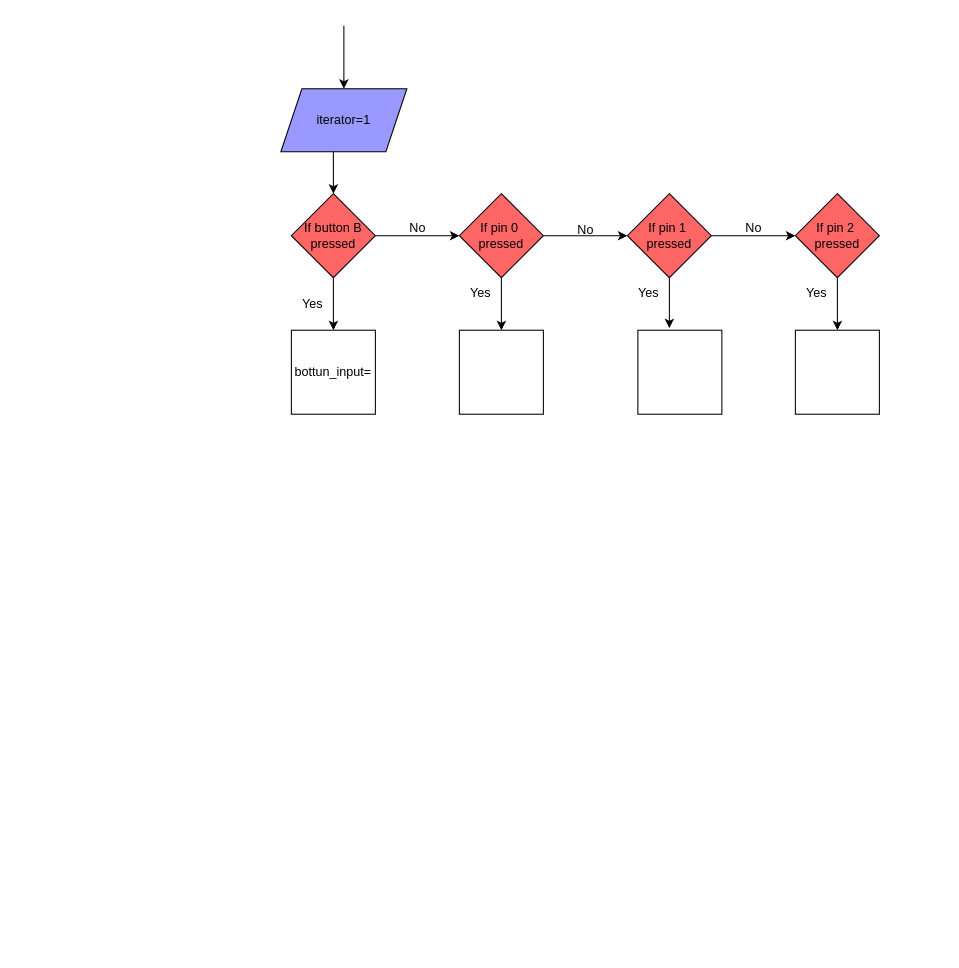
Earlier version of the draw.io diagram Untitled Diagram.drawio (mcchri/PROJECTLC2024COMPSCI). Source tidied: cells renumbered, new cells numbered last; positions are measured from the earlier drawing's top-left corner, leaving out a move shared by most shapes. Both pictures are drawn from the tidied source at 105%, with x=0, y=0 at pixel (280, 25).
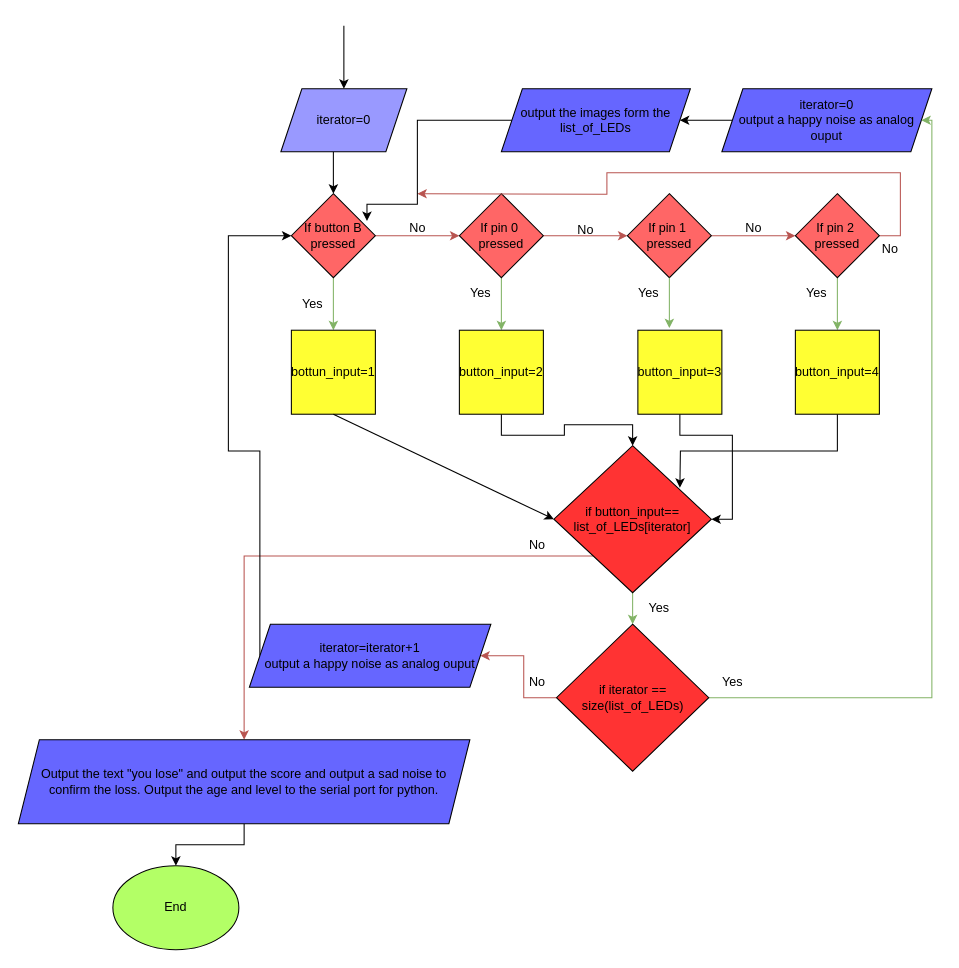
After the change.

The change refers to these unchanged cells:
```xml
<mxCell id="4" value="If button B pressed" style="rhombus;whiteSpace=wrap;html=1;fillColor=#FF6666;" parent="1" vertex="1">
  <mxGeometry x="10" y="160" width="80" height="80" as="geometry" />
</mxCell>
<mxCell id="8" value="If pin 0&amp;nbsp; pressed" style="rhombus;whiteSpace=wrap;html=1;fillColor=#FF6666;" parent="1" vertex="1">
  <mxGeometry x="170" y="160" width="80" height="80" as="geometry" />
</mxCell>
<mxCell id="10" value="If pin 1&amp;nbsp; pressed" style="rhombus;whiteSpace=wrap;html=1;fillColor=#FF6666;" parent="1" vertex="1">
  <mxGeometry x="330" y="160" width="80" height="80" as="geometry" />
</mxCell>
<mxCell id="12" value="If pin 2&amp;nbsp; pressed" style="rhombus;whiteSpace=wrap;html=1;fillColor=#FF6666;" parent="1" vertex="1">
  <mxGeometry x="490" y="160" width="80" height="80" as="geometry" />
</mxCell>
```

Change to the diagram source:
```diff
@@
-    <mxCell id="2" style="edgeStyle=orthogonalEdgeStyle;rounded=0;jettySize=auto;html=1;" parent="1" edge="1" source="4" target="8">
+    <mxCell id="2" style="edgeStyle=orthogonalEdgeStyle;rounded=0;jettySize=auto;html=1;fillColor=#f8cecc;strokeColor=#b85450;" parent="1" edge="1" source="4" target="8">
       <mxGeometry relative="1" as="geometry">
         <Array as="points">
           <mxPoint x="140" y="200" />
           <mxPoint x="140" y="200" />
         </Array>
       </mxGeometry>
     </mxCell>
-    <mxCell id="3" style="edgeStyle=orthogonalEdgeStyle;rounded=0;jettySize=auto;html=1;exitX=0.5;exitY=1;exitDx=0;exitDy=0;" parent="1" edge="1" source="4">
+    <mxCell id="3" style="edgeStyle=orthogonalEdgeStyle;rounded=0;jettySize=auto;html=1;exitX=0.5;exitY=1;exitDx=0;exitDy=0;fillColor=#d5e8d4;strokeColor=#82b366;" parent="1" edge="1" source="4">
       <mxGeometry relative="1" as="geometry">
         <mxPoint x="50" y="290" as="targetPoint" />
       </mxGeometry>
     </mxCell>
@@
-    <mxCell id="6" style="edgeStyle=orthogonalEdgeStyle;rounded=0;jettySize=auto;html=1;" parent="1" edge="1" source="8" target="10">
+    <mxCell id="6" style="edgeStyle=orthogonalEdgeStyle;rounded=0;jettySize=auto;html=1;fillColor=#f8cecc;strokeColor=#b85450;" parent="1" edge="1" source="8" target="10">
       <mxGeometry relative="1" as="geometry" />
     </mxCell>
-    <mxCell id="7" style="edgeStyle=orthogonalEdgeStyle;rounded=0;jettySize=auto;html=1;exitX=0.5;exitY=1;exitDx=0;exitDy=0;entryX=0.5;entryY=0;entryDx=0;entryDy=0;" parent="1" edge="1" source="8" target="23">
+    <mxCell id="7" style="edgeStyle=orthogonalEdgeStyle;rounded=0;jettySize=auto;html=1;exitX=0.5;exitY=1;exitDx=0;exitDy=0;entryX=0.5;entryY=0;entryDx=0;entryDy=0;fillColor=#d5e8d4;strokeColor=#82b366;" parent="1" edge="1" source="8" target="23">
       <mxGeometry relative="1" as="geometry" />
     </mxCell>
@@
-    <mxCell id="9" style="edgeStyle=orthogonalEdgeStyle;rounded=0;jettySize=auto;html=1;" parent="1" edge="1" source="10" target="12">
+    <mxCell id="9" style="edgeStyle=orthogonalEdgeStyle;rounded=0;jettySize=auto;html=1;fillColor=#f8cecc;strokeColor=#b85450;" parent="1" edge="1" source="10" target="12">
       <mxGeometry relative="1" as="geometry" />
     </mxCell>
@@
-    <mxCell id="11" style="edgeStyle=orthogonalEdgeStyle;rounded=0;jettySize=auto;html=1;exitX=0.5;exitY=1;exitDx=0;exitDy=0;entryX=0.5;entryY=0;entryDx=0;entryDy=0;" parent="1" edge="1" source="12" target="25">
+    <mxCell id="11" style="edgeStyle=orthogonalEdgeStyle;rounded=0;jettySize=auto;html=1;exitX=0.5;exitY=1;exitDx=0;exitDy=0;entryX=0.5;entryY=0;entryDx=0;entryDy=0;fillColor=#d5e8d4;strokeColor=#82b366;" parent="1" edge="1" source="12" target="25">
       <mxGeometry relative="1" as="geometry" />
     </mxCell>
+    <mxCell id="27" style="edgeStyle=orthogonalEdgeStyle;rounded=0;jettySize=auto;html=1;exitX=1;exitY=0.5;exitDx=0;exitDy=0;fillColor=#f8cecc;strokeColor=#b85450;" parent="1" edge="1" source="12">
+      <mxGeometry relative="1" as="geometry">
+        <mxPoint x="130" y="160" as="targetPoint" />
+      </mxGeometry>
+    </mxCell>
@@
-    <mxCell id="16" value="iterator=1" style="shape=parallelogram;perimeter=parallelogramPerimeter;whiteSpace=wrap;html=1;fixedSize=1;fillColor=#9999FF;" parent="1" vertex="1">
+    <mxCell id="16" value="iterator=0" style="shape=parallelogram;perimeter=parallelogramPerimeter;whiteSpace=wrap;html=1;fixedSize=1;fillColor=#9999FF;" parent="1" vertex="1">
       <mxGeometry y="60" width="120" height="60" as="geometry" />
     </mxCell>
@@
-    <mxCell id="22" value="bottun_input=" style="whiteSpace=wrap;html=1;" parent="1" vertex="1">
+    <mxCell id="22" value="bottun_input=1" style="whiteSpace=wrap;html=1;fillColor=#FFFF33;" parent="1" vertex="1">
       <mxGeometry x="10" y="290" width="80" height="80" as="geometry" />
     </mxCell>
+    <mxCell id="28" style="edgeStyle=orthogonalEdgeStyle;rounded=0;jettySize=auto;html=1;exitX=0.5;exitY=1;exitDx=0;exitDy=0;entryX=0.5;entryY=0;entryDx=0;entryDy=0;" parent="1" edge="1" source="23" target="33">
+      <mxGeometry relative="1" as="geometry" />
+    </mxCell>
-    <mxCell id="23" style="whiteSpace=wrap;html=1;" parent="1" vertex="1">
+    <mxCell id="23" value="button_input=2" style="whiteSpace=wrap;html=1;fillColor=#FFFF33;" parent="1" vertex="1">
       <mxGeometry x="170" y="290" width="80" height="80" as="geometry" />
     </mxCell>
+    <mxCell id="29" style="edgeStyle=orthogonalEdgeStyle;rounded=0;jettySize=auto;html=1;exitX=0.5;exitY=1;exitDx=0;exitDy=0;entryX=1;entryY=0.5;entryDx=0;entryDy=0;" parent="1" edge="1" source="24" target="33">
+      <mxGeometry relative="1" as="geometry" />
+    </mxCell>
-    <mxCell id="24" style="whiteSpace=wrap;html=1;" parent="1" vertex="1">
+    <mxCell id="24" value="button_input=3" style="whiteSpace=wrap;html=1;fillColor=#FFFF33;" parent="1" vertex="1">
       <mxGeometry x="340" y="290" width="80" height="80" as="geometry" />
     </mxCell>
+    <mxCell id="30" style="edgeStyle=orthogonalEdgeStyle;rounded=0;jettySize=auto;html=1;exitX=0.5;exitY=1;exitDx=0;exitDy=0;" parent="1" edge="1" source="25">
+      <mxGeometry relative="1" as="geometry">
+        <mxPoint x="380" y="440" as="targetPoint" />
+      </mxGeometry>
+    </mxCell>
-    <mxCell id="25" style="whiteSpace=wrap;html=1;" parent="1" vertex="1">
+    <mxCell id="25" value="button_input=4" style="whiteSpace=wrap;html=1;fillColor=#FFFF33;" parent="1" vertex="1">
       <mxGeometry x="490" y="290" width="80" height="80" as="geometry" />
     </mxCell>
-    <mxCell id="26" style="edgeStyle=orthogonalEdgeStyle;rounded=0;jettySize=auto;html=1;exitX=0.5;exitY=1;exitDx=0;exitDy=0;entryX=0.375;entryY=-0.025;entryDx=0;entryDy=0;entryPerimeter=0;" parent="1" edge="1" source="10" target="24">
+    <mxCell id="26" style="edgeStyle=orthogonalEdgeStyle;rounded=0;jettySize=auto;html=1;exitX=0.5;exitY=1;exitDx=0;exitDy=0;entryX=0.375;entryY=-0.025;entryDx=0;entryDy=0;entryPerimeter=0;fillColor=#d5e8d4;strokeColor=#82b366;" parent="1" edge="1" source="10" target="24">
       <mxGeometry relative="1" as="geometry" />
     </mxCell>
+    <mxCell id="31" style="edgeStyle=orthogonalEdgeStyle;rounded=0;jettySize=auto;html=1;exitX=0.5;exitY=1;exitDx=0;exitDy=0;entryX=0.5;entryY=0;entryDx=0;entryDy=0;fillColor=#d5e8d4;strokeColor=#82b366;" parent="1" edge="1" source="33" target="39">
+      <mxGeometry relative="1" as="geometry" />
+    </mxCell>
+    <mxCell id="32" style="edgeStyle=orthogonalEdgeStyle;rounded=0;jettySize=auto;html=1;exitX=0;exitY=1;exitDx=0;exitDy=0;entryX=0.5;entryY=0;entryDx=0;entryDy=0;fillColor=#f8cecc;strokeColor=#b85450;" parent="1" edge="1" source="33" target="48">
+      <mxGeometry relative="1" as="geometry" />
+    </mxCell>
+    <mxCell id="33" value="if button_input==&lt;br&gt;list_of_LEDs[iterator]" style="rhombus;whiteSpace=wrap;html=1;fillColor=#FF3333;" parent="1" vertex="1">
+      <mxGeometry x="260" y="400" width="150" height="140" as="geometry" />
+    </mxCell>
+    <mxCell id="34" style="endArrow=classic;html=1;rounded=0;exitX=0.5;exitY=1;exitDx=0;exitDy=0;entryX=0;entryY=0.5;entryDx=0;entryDy=0;" parent="1" edge="1" source="22" target="33">
+      <mxGeometry relative="1" as="geometry" />
+    </mxCell>
+    <mxCell id="35" style="edgeStyle=orthogonalEdgeStyle;rounded=0;jettySize=auto;html=1;exitX=0;exitY=0.5;exitDx=0;exitDy=0;entryX=1;entryY=0.5;entryDx=0;entryDy=0;" parent="1" edge="1" source="36" target="41">
+      <mxGeometry relative="1" as="geometry" />
+    </mxCell>
+    <mxCell id="36" value="iterator=0&lt;br&gt;output a happy noise as analog ouput" style="shape=parallelogram;perimeter=parallelogramPerimeter;whiteSpace=wrap;html=1;fixedSize=1;fillColor=#6666FF;" parent="1" vertex="1">
+      <mxGeometry x="420" y="60" width="200" height="60" as="geometry" />
+    </mxCell>
+    <mxCell id="37" style="edgeStyle=orthogonalEdgeStyle;rounded=0;jettySize=auto;html=1;exitX=1;exitY=0.5;exitDx=0;exitDy=0;entryX=1;entryY=0.5;entryDx=0;entryDy=0;fillColor=#d5e8d4;strokeColor=#82b366;" parent="1" edge="1" source="39" target="36">
+      <mxGeometry relative="1" as="geometry">
+        <Array as="points">
+          <mxPoint x="620" y="640" />
+          <mxPoint x="620" y="90" />
+        </Array>
+      </mxGeometry>
+    </mxCell>
+    <mxCell id="38" style="edgeStyle=orthogonalEdgeStyle;rounded=0;jettySize=auto;html=1;exitX=0;exitY=0.5;exitDx=0;exitDy=0;entryX=1;entryY=0.5;entryDx=0;entryDy=0;fillColor=#f8cecc;strokeColor=#b85450;" parent="1" edge="1" source="39" target="44">
+      <mxGeometry relative="1" as="geometry" />
+    </mxCell>
+    <mxCell id="39" value="if iterator == size(list_of_LEDs)" style="rhombus;whiteSpace=wrap;html=1;fillColor=#FF3333;" parent="1" vertex="1">
+      <mxGeometry x="262.5" y="570" width="145" height="140" as="geometry" />
+    </mxCell>
+    <mxCell id="40" value="Yes" style="text;html=1;align=center;verticalAlign=middle;strokeColor=none;fillColor=none;" parent="1" vertex="1">
+      <mxGeometry x="340" y="540" width="40" height="30" as="geometry" />
+    </mxCell>
+    <mxCell id="41" value="output the images form the list_of_LEDs" style="shape=parallelogram;perimeter=parallelogramPerimeter;whiteSpace=wrap;html=1;fixedSize=1;fillColor=#6666FF;" parent="1" vertex="1">
+      <mxGeometry x="210" y="60" width="180" height="60" as="geometry" />
+    </mxCell>
+    <mxCell id="42" style="edgeStyle=orthogonalEdgeStyle;rounded=0;jettySize=auto;html=1;exitX=0;exitY=0.5;exitDx=0;exitDy=0;entryX=0.9;entryY=0.325;entryDx=0;entryDy=0;entryPerimeter=0;" parent="1" edge="1" source="41" target="4">
+      <mxGeometry relative="1" as="geometry">
+        <Array as="points">
+          <mxPoint x="130" y="90" />
+          <mxPoint x="130" y="170" />
+          <mxPoint x="82" y="170" />
+        </Array>
+      </mxGeometry>
+    </mxCell>
+    <mxCell id="43" style="edgeStyle=orthogonalEdgeStyle;rounded=0;jettySize=auto;html=1;exitX=0;exitY=0.5;exitDx=0;exitDy=0;entryX=0;entryY=0.5;entryDx=0;entryDy=0;" parent="1" edge="1" source="44" target="4">
+      <mxGeometry relative="1" as="geometry" />
+    </mxCell>
+    <mxCell id="44" value="iterator=iterator+1&lt;br&gt;output a happy noise as analog ouput" style="shape=parallelogram;perimeter=parallelogramPerimeter;whiteSpace=wrap;html=1;fixedSize=1;fillColor=#6666FF;" parent="1" vertex="1">
+      <mxGeometry x="-30" y="570" width="230" height="60" as="geometry" />
+    </mxCell>
+    <mxCell id="45" value="Yes" style="text;html=1;align=center;verticalAlign=middle;strokeColor=none;fillColor=none;" parent="1" vertex="1">
+      <mxGeometry x="410" y="610" width="40" height="30" as="geometry" />
+    </mxCell>
+    <mxCell id="46" value="No" style="text;html=1;align=center;verticalAlign=middle;strokeColor=none;fillColor=none;" parent="1" vertex="1">
+      <mxGeometry x="224" y="610" width="40" height="30" as="geometry" />
+    </mxCell>
+    <mxCell id="47" style="edgeStyle=orthogonalEdgeStyle;rounded=0;jettySize=auto;html=1;exitX=0.5;exitY=1;exitDx=0;exitDy=0;entryX=0.5;entryY=0;entryDx=0;entryDy=0;" parent="1" edge="1" source="48" target="50">
+      <mxGeometry relative="1" as="geometry" />
+    </mxCell>
+    <mxCell id="48" value="Output the text &quot;you lose&quot; and output the score and output a sad noise to confirm the loss. Output the age and level to the serial port for python." style="shape=parallelogram;perimeter=parallelogramPerimeter;whiteSpace=wrap;html=1;fixedSize=1;fillColor=#6666FF;" parent="1" vertex="1">
+      <mxGeometry x="-250" y="680" width="430" height="80" as="geometry" />
+    </mxCell>
+    <mxCell id="49" value="No" style="text;html=1;align=center;verticalAlign=middle;strokeColor=none;fillColor=none;" parent="1" vertex="1">
+      <mxGeometry x="224" y="480" width="40" height="30" as="geometry" />
+    </mxCell>
+    <mxCell id="50" value="End" style="ellipse;whiteSpace=wrap;html=1;fillColor=#B3FF66;" parent="1" vertex="1">
+      <mxGeometry x="-160" y="800" width="120" height="80" as="geometry" />
+    </mxCell>
+    <mxCell id="51" value="No&lt;br&gt;" style="text;html=1;align=center;verticalAlign=middle;strokeColor=none;fillColor=none;" parent="1" vertex="1">
+      <mxGeometry x="560" y="198" width="40" height="30" as="geometry" />
+    </mxCell>
```
